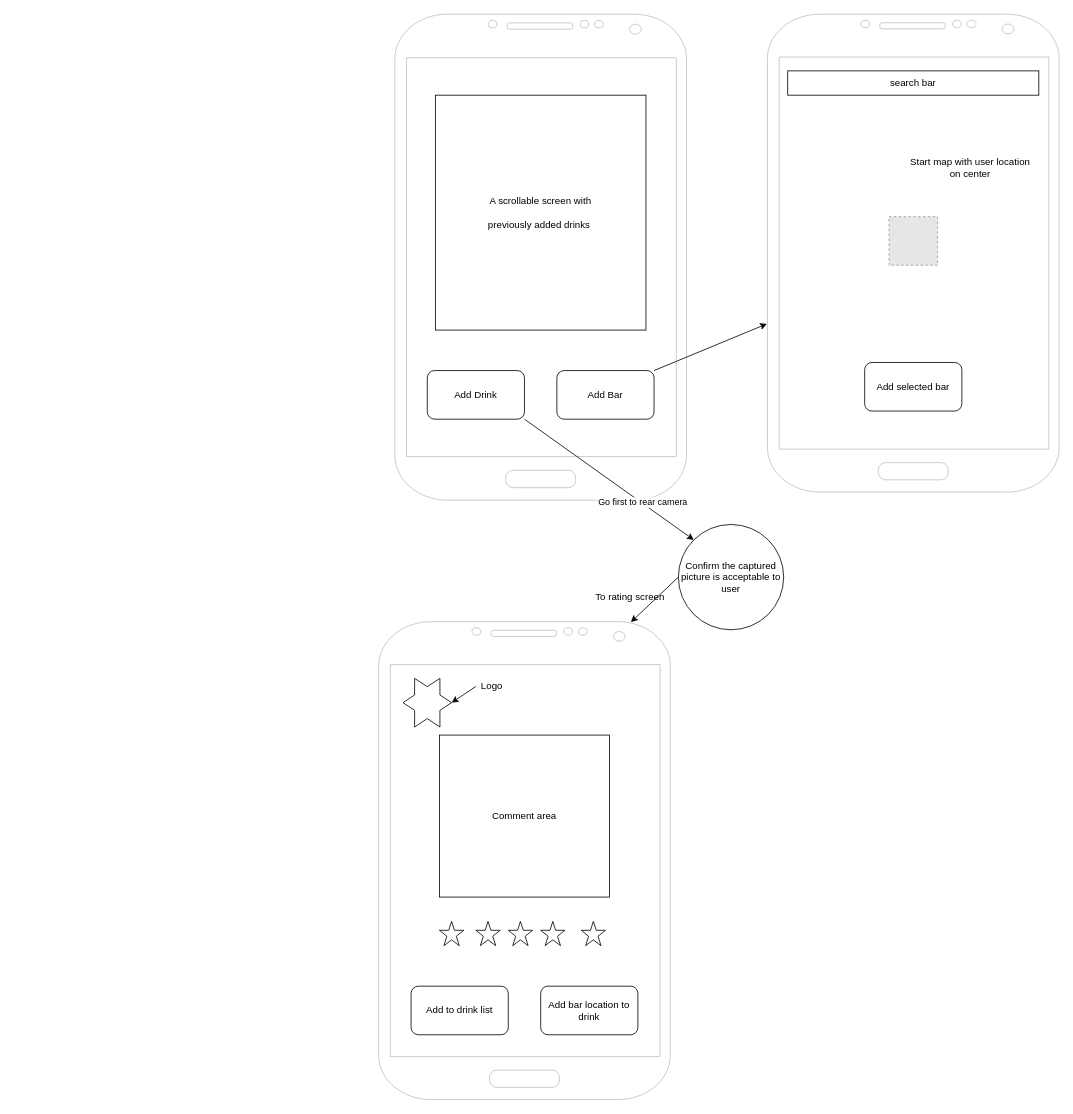
Before: docs/img/drawio/wireframe.drawio in tnordquist/personal-android-project-rbrazell1, a draw.io diagram. Source tidied: cells renumbered, new cells numbered last; positions are measured from the earlier drawing's top-left corner, leaving out a move shared by most shapes. Both pictures are drawn from the tidied source at 81%, with x=0, y=0 at pixel (378, 14). Pictures stored in the file or linked from it are replaced by grey dashed boxes.
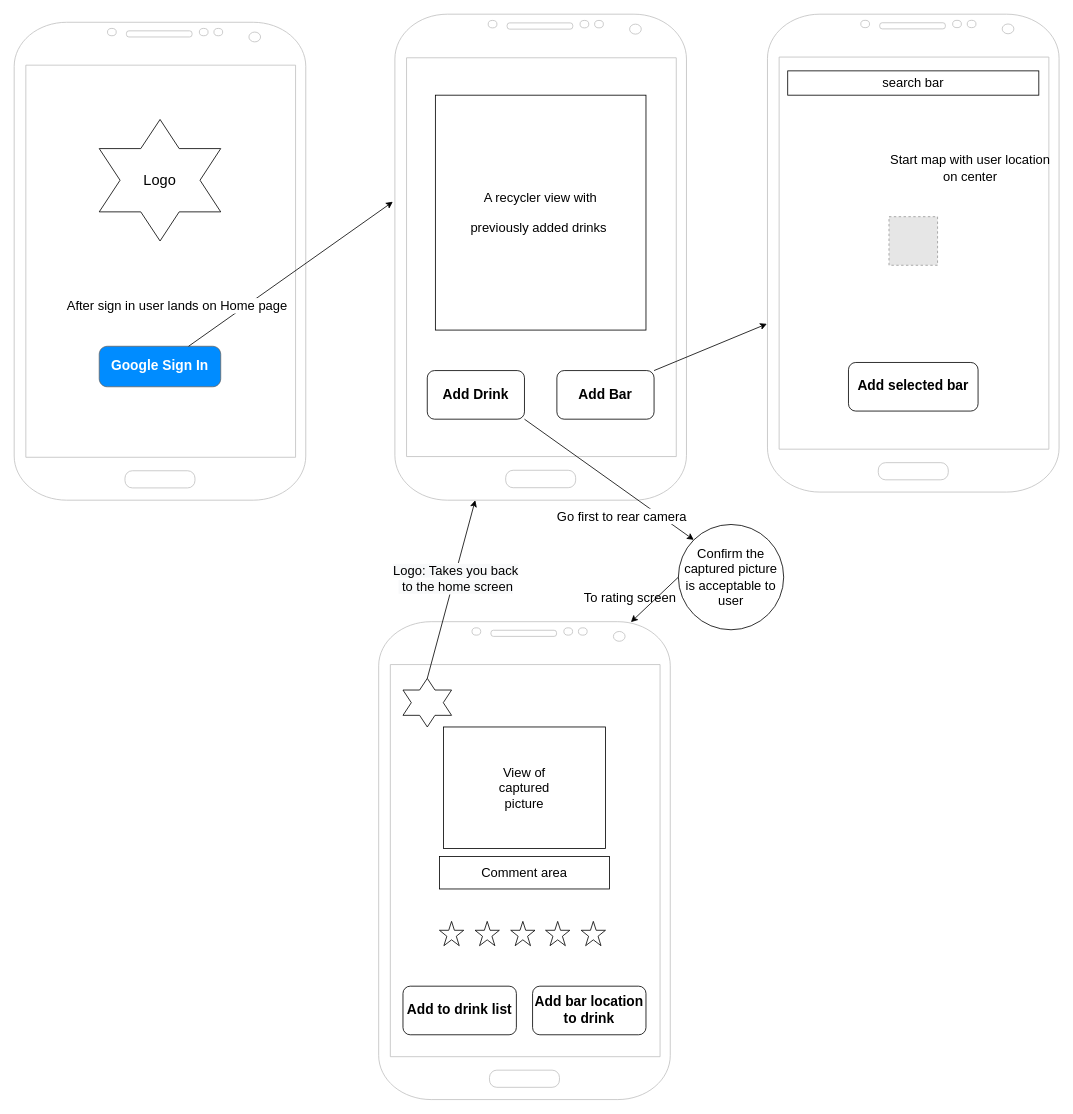
The same page after the edit.

Commit message (it also covers changes not shown here):
corrections from notes: ERD, Wireframe, Services

Unchanged cells that the change refers to:
```xml
<mxCell id="2" style="group;" parent="1" vertex="1">
  <mxGeometry x="20" width="360" height="600" as="geometry" />
</mxCell>
<mxCell id="3" style="verticalLabelPosition=bottom;verticalAlign=top;html=1;shadow=0;dashed=0;strokeWidth=1;shape=mxgraph.android.phone2;strokeColor=#c0c0c0;" parent="2" vertex="1">
  <mxGeometry width="360" height="600" as="geometry" />
</mxCell>
<mxCell id="9" style="endArrow=classic;html=1;exitX=1;exitY=1;exitDx=0;exitDy=0;entryX=0;entryY=0;entryDx=0;entryDy=0;" parent="1" edge="1" source="4" target="8">
  <mxGeometry relative="1" as="geometry" />
</mxCell>
```

Change to the diagram source:
```diff
@@
-    <mxCell id="4" value="Add Drink" style="rounded=1;whiteSpace=wrap;html=1;" parent="2" vertex="1">
+    <mxCell id="4" value="&lt;font size=&quot;1&quot;&gt;&lt;b style=&quot;font-size: 17px&quot;&gt;Add Drink&lt;/b&gt;&lt;/font&gt;" style="rounded=1;whiteSpace=wrap;html=1;" parent="2" vertex="1">
       <mxGeometry x="40" y="440" width="120" height="60" as="geometry" />
     </mxCell>
-    <mxCell id="5" value="Add Bar" style="rounded=1;whiteSpace=wrap;html=1;" parent="2" vertex="1">
+    <mxCell id="5" value="&lt;b&gt;&lt;font style=&quot;font-size: 17px&quot;&gt;Add Bar&lt;/font&gt;&lt;/b&gt;" style="rounded=1;whiteSpace=wrap;html=1;" parent="2" vertex="1">
       <mxGeometry x="200" y="440" width="120" height="60" as="geometry" />
     </mxCell>
-    <mxCell id="6" value="A scrollable screen with &lt;br&gt;&lt;br&gt;previously added drinks&amp;nbsp;" style="rounded=0;whiteSpace=wrap;html=1;" parent="2" vertex="1">
+    <mxCell id="6" value="&lt;font style=&quot;font-size: 16px&quot;&gt;A recycler view with &lt;br&gt;&lt;br&gt;previously added drinks&amp;nbsp;&lt;/font&gt;" style="rounded=0;whiteSpace=wrap;html=1;" parent="2" vertex="1">
       <mxGeometry x="50" y="100" width="260" height="290" as="geometry" />
     </mxCell>
@@
-    <mxCell id="8" value="Confirm the captured picture is acceptable to user" style="ellipse;whiteSpace=wrap;html=1;" parent="1" vertex="1">
+    <mxCell id="8" value="&lt;font style=&quot;font-size: 16px&quot;&gt;Confirm the captured picture is acceptable to user&lt;/font&gt;" style="ellipse;whiteSpace=wrap;html=1;" parent="1" vertex="1">
       <mxGeometry x="370" y="630" width="130" height="130" as="geometry" />
     </mxCell>
@@
-    <mxCell id="10" value="Go first to rear camera" style="edgeLabel;html=1;align=center;verticalAlign=middle;" parent="9" vertex="1">
-      <mxGeometry x="0.39" y="1" relative="1" as="geometry" />
+    <mxCell id="10" value="&lt;font style=&quot;font-size: 16px&quot;&gt;Go first to rear camera&lt;/font&gt;" style="edgeLabel;html=1;align=center;verticalAlign=middle;" parent="9" vertex="1">
+      <mxGeometry x="0.39" y="1" relative="1" as="geometry">
+        <mxPoint x="-26.3" y="16.9" as="offset" />
+      </mxGeometry>
     </mxCell>
@@
-    <mxCell id="12" value="To rating screen" style="text;html=1;align=center;verticalAlign=middle;" parent="1" vertex="1">
-      <mxGeometry x="260" y="710" width="100" height="20" as="geometry" />
+    <mxCell id="12" value="&lt;font style=&quot;font-size: 16px&quot;&gt;To rating screen&lt;/font&gt;" style="text;html=1;align=center;verticalAlign=middle;" parent="1" vertex="1">
+      <mxGeometry x="245" y="710" width="130" height="20" as="geometry" />
     </mxCell>
-    <mxCell id="13" value="Add to drink list" style="rounded=1;whiteSpace=wrap;html=1;" parent="1" vertex="1">
-      <mxGeometry x="40" y="1200" width="120" height="60" as="geometry" />
+    <mxCell id="13" value="&lt;b&gt;&lt;font style=&quot;font-size: 17px&quot;&gt;Add to drink list&lt;/font&gt;&lt;/b&gt;" style="rounded=1;whiteSpace=wrap;html=1;" parent="1" vertex="1">
+      <mxGeometry x="30" y="1200" width="140" height="60" as="geometry" />
     </mxCell>
-    <mxCell id="14" value="Comment area" style="rounded=0;whiteSpace=wrap;html=1;" parent="1" vertex="1">
-      <mxGeometry x="75" y="890" width="210" height="200" as="geometry" />
+    <mxCell id="14" value="&lt;font style=&quot;font-size: 16px&quot;&gt;Comment area&lt;/font&gt;" style="rounded=0;whiteSpace=wrap;html=1;" parent="1" vertex="1">
+      <mxGeometry x="75" y="1040" width="210" height="40" as="geometry" />
     </mxCell>
-    <mxCell id="15" style="verticalLabelPosition=bottom;verticalAlign=top;html=1;shape=mxgraph.basic.star;" parent="1" vertex="1">
+    <mxCell id="15" style="verticalLabelPosition=bottom;verticalAlign=top;html=1;shape=mxgraph.basic.star;spacingLeft=2;spacingRight=3;spacing=0;direction=east;" parent="1" vertex="1">
       <mxGeometry x="250" y="1120" width="30" height="30" as="geometry" />
     </mxCell>
-    <mxCell id="16" style="verticalLabelPosition=bottom;verticalAlign=top;html=1;shape=mxgraph.basic.star;" parent="1" vertex="1">
-      <mxGeometry x="200" y="1120" width="30" height="30" as="geometry" />
+    <mxCell id="16" style="verticalLabelPosition=bottom;verticalAlign=top;html=1;shape=mxgraph.basic.star;spacingLeft=2;spacingRight=3;spacing=0;direction=east;" parent="1" vertex="1">
+      <mxGeometry x="206" y="1120" width="30" height="30" as="geometry" />
     </mxCell>
-    <mxCell id="17" style="verticalLabelPosition=bottom;verticalAlign=top;html=1;shape=mxgraph.basic.star;" parent="1" vertex="1">
-      <mxGeometry x="160" y="1120" width="30" height="30" as="geometry" />
+    <mxCell id="17" style="verticalLabelPosition=bottom;verticalAlign=top;html=1;shape=mxgraph.basic.star;spacingLeft=2;spacingRight=3;spacing=0;direction=east;" parent="1" vertex="1">
+      <mxGeometry x="163" y="1120" width="30" height="30" as="geometry" />
     </mxCell>
-    <mxCell id="18" style="verticalLabelPosition=bottom;verticalAlign=top;html=1;shape=mxgraph.basic.star;" parent="1" vertex="1">
-      <mxGeometry x="120" y="1120" width="30" height="30" as="geometry" />
+    <mxCell id="18" style="verticalLabelPosition=bottom;verticalAlign=top;html=1;shape=mxgraph.basic.star;spacingLeft=2;spacingRight=3;spacing=0;direction=east;" parent="1" vertex="1">
+      <mxGeometry x="119" y="1120" width="30" height="30" as="geometry" />
     </mxCell>
-    <mxCell id="19" style="verticalLabelPosition=bottom;verticalAlign=top;html=1;shape=mxgraph.basic.star;" parent="1" vertex="1">
+    <mxCell id="19" style="verticalLabelPosition=bottom;verticalAlign=top;html=1;shape=mxgraph.basic.star;spacingLeft=2;spacingRight=3;spacing=0;direction=east;" parent="1" vertex="1">
       <mxGeometry x="75" y="1120" width="30" height="30" as="geometry" />
     </mxCell>
-    <mxCell id="20" style="verticalLabelPosition=bottom;verticalAlign=top;html=1;shape=mxgraph.basic.6_point_star;" parent="1" vertex="1">
+    <mxCell id="20" style="verticalLabelPosition=bottom;verticalAlign=top;html=1;shape=mxgraph.basic.6_point_star;direction=south;" parent="1" vertex="1">
       <mxGeometry x="30" y="820" width="60" height="60" as="geometry" />
     </mxCell>
-    <mxCell id="21" value="Logo" style="text;html=1;strokeColor=none;fillColor=none;align=center;verticalAlign=middle;whiteSpace=wrap;rounded=0;" parent="1" vertex="1">
-      <mxGeometry x="120" y="820" width="40" height="20" as="geometry" />
-    </mxCell>
-    <mxCell id="22" style="endArrow=classic;html=1;entryX=1;entryY=0.5;entryDx=0;entryDy=0;entryPerimeter=0;" parent="1" edge="1" target="20">
-      <mxGeometry relative="1" as="geometry">
-        <mxPoint x="120" y="830" as="sourcePoint" />
-      </mxGeometry>
+    <mxCell id="22" style="endArrow=classic;html=1;exitX=0;exitY=0.5;exitDx=0;exitDy=0;exitPerimeter=0;" parent="1" edge="1" source="20" target="3">
+      <mxGeometry relative="1" as="geometry" />
     </mxCell>
+    <mxCell id="30" value="&lt;span style=&quot;font-size: 16px ; background-color: rgb(248 , 249 , 250)&quot;&gt;Logo: Takes you back&lt;br&gt;&amp;nbsp;to the home screen&lt;/span&gt;" style="edgeLabel;html=1;align=center;verticalAlign=middle;" parent="22" vertex="1">
+      <mxGeometry x="0.12" y="-1" relative="1" as="geometry" />
+    </mxCell>
-    <mxCell id="23" value="Add bar location to drink" style="rounded=1;whiteSpace=wrap;html=1;" parent="1" vertex="1">
-      <mxGeometry x="200" y="1200" width="120" height="60" as="geometry" />
+    <mxCell id="23" value="&lt;b&gt;&lt;font style=&quot;font-size: 17px&quot;&gt;Add bar location to drink&lt;/font&gt;&lt;/b&gt;" style="rounded=1;whiteSpace=wrap;html=1;" parent="1" vertex="1">
+      <mxGeometry x="190" y="1200" width="140" height="60" as="geometry" />
     </mxCell>
@@
-    <mxCell id="25" value="Add selected bar" style="rounded=1;whiteSpace=wrap;html=1;" parent="1" vertex="1">
-      <mxGeometry x="600" y="430" width="120" height="60" as="geometry" />
+    <mxCell id="25" value="&lt;b&gt;&lt;font style=&quot;font-size: 17px&quot;&gt;Add selected bar&lt;/font&gt;&lt;/b&gt;" style="rounded=1;whiteSpace=wrap;html=1;" parent="1" vertex="1">
+      <mxGeometry x="580" y="430" width="160" height="60" as="geometry" />
     </mxCell>
@@
-    <mxCell id="27" value="Start map with user location&lt;br&gt;on center" style="text;html=1;align=center;verticalAlign=middle;" parent="1" vertex="1">
-      <mxGeometry x="650" y="175" width="160" height="30" as="geometry" />
+    <mxCell id="27" value="&lt;font style=&quot;font-size: 16px&quot;&gt;Start map with user location&lt;br&gt;on center&lt;/font&gt;" style="text;html=1;align=center;verticalAlign=middle;" parent="1" vertex="1">
+      <mxGeometry x="625" y="170" width="210" height="40" as="geometry" />
     </mxCell>
-    <mxCell id="28" value="search bar" style="rounded=0;whiteSpace=wrap;html=1;" parent="1" vertex="1">
+    <mxCell id="28" value="&lt;font style=&quot;font-size: 16px&quot;&gt;search bar&lt;/font&gt;" style="rounded=0;whiteSpace=wrap;html=1;" parent="1" vertex="1">
       <mxGeometry x="505" y="70" width="310" height="30" as="geometry" />
     </mxCell>
@@
+    <mxCell id="31" style="verticalLabelPosition=bottom;verticalAlign=top;html=1;shadow=0;dashed=0;strokeWidth=1;shape=mxgraph.android.phone2;strokeColor=#c0c0c0;" parent="1" vertex="1">
+      <mxGeometry x="-450" y="10" width="360" height="590" as="geometry" />
+    </mxCell>
+    <mxCell id="32" value="Google Sign In" style="strokeWidth=1;shadow=0;dashed=0;align=center;html=1;shape=mxgraph.mockup.buttons.button;strokeColor=#666666;fontColor=#ffffff;mainText=;buttonStyle=round;fontSize=17;fontStyle=1;fillColor=#008cff;whiteSpace=wrap;" parent="1" vertex="1">
+      <mxGeometry x="-345" y="410" width="150" height="50" as="geometry" />
+    </mxCell>
+    <mxCell id="33" style="verticalLabelPosition=bottom;verticalAlign=top;html=1;shape=mxgraph.basic.6_point_star;direction=south;" parent="1" vertex="1">
+      <mxGeometry x="-345" y="130" width="150" height="150" as="geometry" />
+    </mxCell>
+    <mxCell id="21" value="&lt;font style=&quot;font-size: 18px&quot;&gt;Logo&lt;/font&gt;" style="text;html=1;strokeColor=none;fillColor=none;align=center;verticalAlign=middle;whiteSpace=wrap;rounded=0;" parent="1" vertex="1">
+      <mxGeometry x="-290" y="195" width="40" height="20" as="geometry" />
+    </mxCell>
+    <mxCell id="34" style="endArrow=classic;html=1;entryX=-0.007;entryY=0.386;entryDx=0;entryDy=0;entryPerimeter=0;" parent="1" edge="1" source="32" target="3">
+      <mxGeometry relative="1" as="geometry" />
+    </mxCell>
+    <mxCell id="35" value="&lt;font style=&quot;font-size: 16px&quot;&gt;After sign in user lands on Home page&lt;/font&gt;" style="edgeLabel;html=1;align=center;verticalAlign=middle;" parent="34" vertex="1">
+      <mxGeometry x="-0.09" relative="1" as="geometry">
+        <mxPoint x="-129.6" y="30.9" as="offset" />
+      </mxGeometry>
+    </mxCell>
+    <mxCell id="36" style="rounded=0;whiteSpace=wrap;html=1;" parent="1" vertex="1">
+      <mxGeometry x="80" y="880" width="200" height="150" as="geometry" />
+    </mxCell>
+    <mxCell id="37" value="&lt;font style=&quot;font-size: 16px&quot;&gt;View of captured picture&lt;/font&gt;" style="text;html=1;strokeColor=none;fillColor=none;align=center;verticalAlign=middle;whiteSpace=wrap;rounded=0;" parent="1" vertex="1">
+      <mxGeometry x="160" y="945" width="40" height="20" as="geometry" />
+    </mxCell>
```
